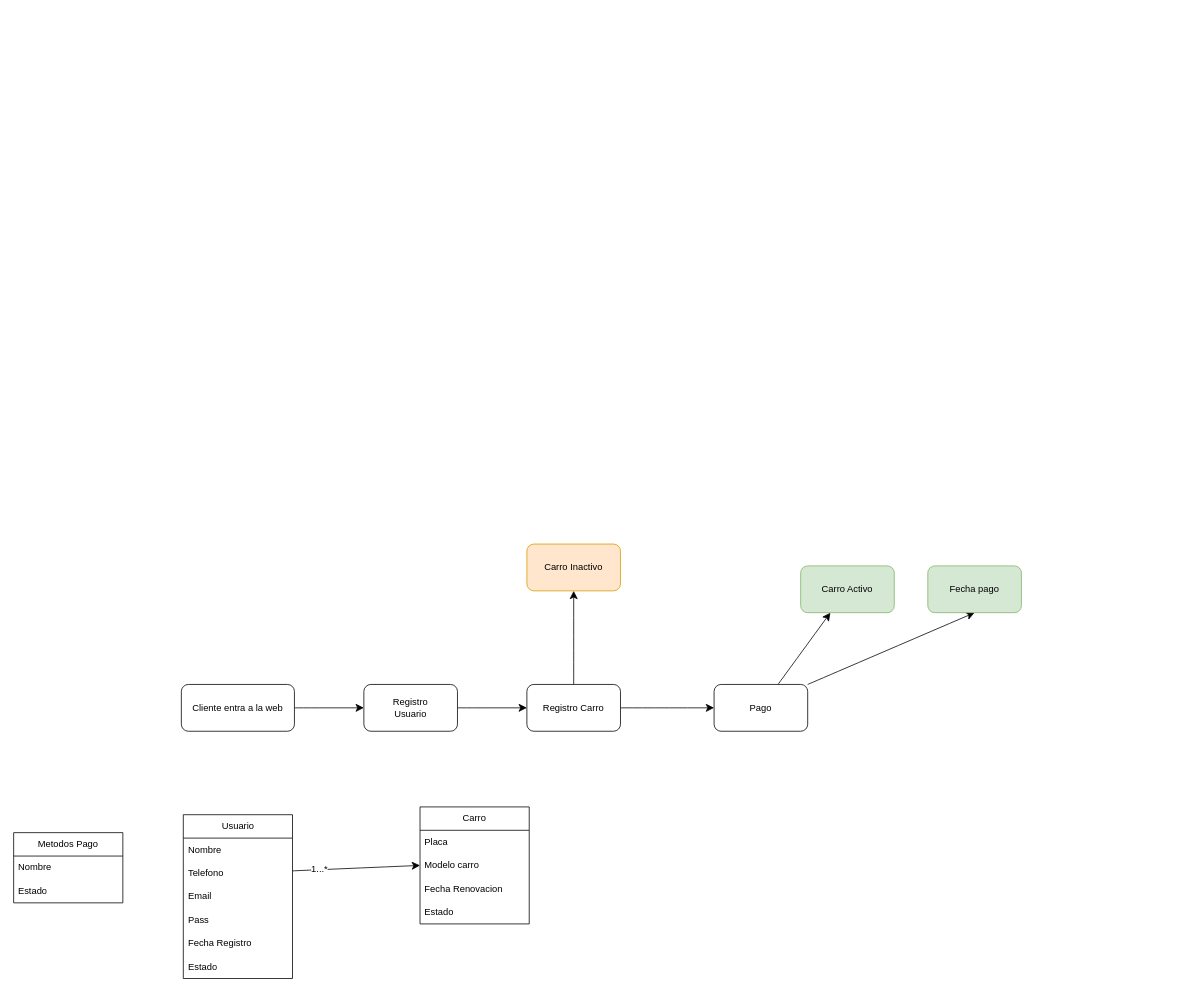
Above: carrOpen.drawio in luigy23/Diagramas-drawio (draw.io), before the change. Source tidied: cells renumbered, new cells numbered last; positions are measured from the earlier drawing's top-left corner, leaving out a move shared by most shapes. Both pictures are drawn from the tidied source at 78%, with x=0, y=0 at pixel (13, 544).
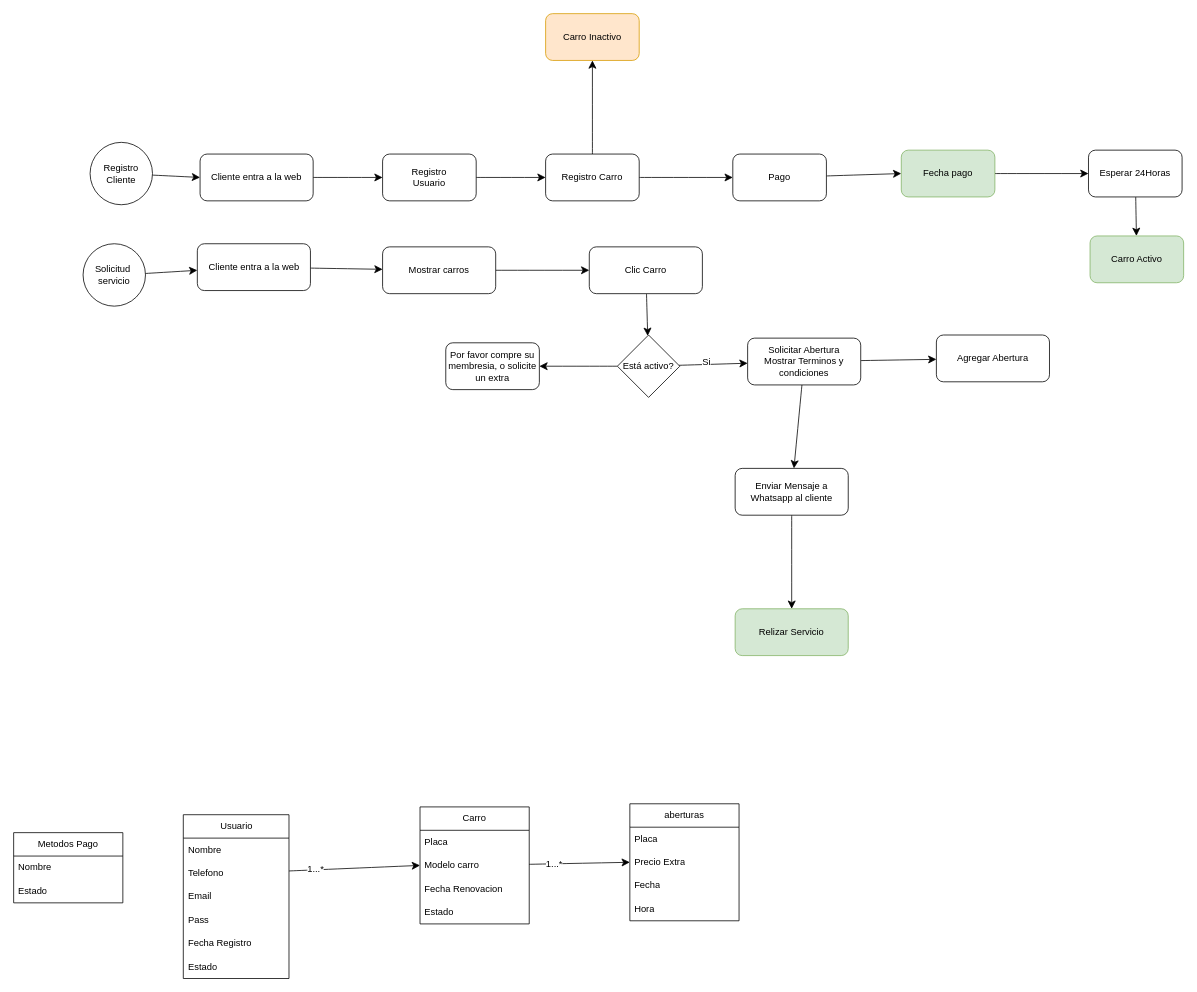
The same diagram, later.

Unchanged cells that the change refers to:
```xml
<mxCell id="8" value="Modelo carro" style="text;strokeColor=none;fillColor=none;align=left;verticalAlign=middle;spacingLeft=4;spacingRight=4;overflow=hidden;points=[[0,0.5],[1,0.5]];portConstraint=eastwest;whiteSpace=wrap;html=1;" parent="6" vertex="1">
  <mxGeometry y="60" width="140" height="30" as="geometry" />
</mxCell>
```

What changed in the source:
```diff
@@
     <mxCell id="3" value="Cliente entra a la web" style="rounded=1;whiteSpace=wrap;html=1;" parent="1" vertex="1">
-      <mxGeometry x="215" y="180" width="145" height="60" as="geometry" />
+      <mxGeometry x="239" y="-500" width="145" height="60" as="geometry" />
     </mxCell>
@@
     <mxCell id="5" value="Registro&lt;br&gt;Usuario" style="whiteSpace=wrap;html=1;rounded=1;" parent="1" vertex="1">
-      <mxGeometry x="449" y="180" width="120" height="60" as="geometry" />
+      <mxGeometry x="473" y="-500" width="120" height="60" as="geometry" />
     </mxCell>
@@
     <mxCell id="11" value="Usuario" style="swimlane;fontStyle=0;horizontal=1;startSize=30;whiteSpace=wrap;html=1;" parent="1" vertex="1">
-      <mxGeometry x="217.5" y="347" width="140" height="210" as="geometry" />
+      <mxGeometry x="217.5" y="347" width="135.5" height="210" as="geometry" />
     </mxCell>
     <mxCell id="12" value="Nombre" style="text;strokeColor=none;fillColor=none;align=left;verticalAlign=middle;spacingLeft=4;spacingRight=4;overflow=hidden;whiteSpace=wrap;html=1;" parent="11" vertex="1">
-      <mxGeometry y="30" width="140" height="30" as="geometry" />
+      <mxGeometry y="30" width="135.5" height="30" as="geometry" />
     </mxCell>
     <mxCell id="13" value="Telefono" style="text;strokeColor=none;fillColor=none;align=left;verticalAlign=middle;spacingLeft=4;spacingRight=4;overflow=hidden;points=[[0,0.5],[1,0.5]];portConstraint=eastwest;whiteSpace=wrap;html=1;" parent="11" vertex="1">
-      <mxGeometry y="60" width="140" height="30" as="geometry" />
+      <mxGeometry y="60" width="135.5" height="30" as="geometry" />
     </mxCell>
     <mxCell id="14" value="Email" style="text;strokeColor=none;fillColor=none;align=left;verticalAlign=middle;spacingLeft=4;spacingRight=4;overflow=hidden;whiteSpace=wrap;html=1;" parent="11" vertex="1">
-      <mxGeometry y="90" width="140" height="30" as="geometry" />
+      <mxGeometry y="90" width="135.5" height="30" as="geometry" />
     </mxCell>
     <mxCell id="15" value="Pass" style="text;strokeColor=none;fillColor=none;align=left;verticalAlign=middle;spacingLeft=4;spacingRight=4;overflow=hidden;whiteSpace=wrap;html=1;" parent="11" vertex="1">
-      <mxGeometry y="120" width="140" height="30" as="geometry" />
+      <mxGeometry y="120" width="135.5" height="30" as="geometry" />
     </mxCell>
     <mxCell id="16" value="Fecha Registro" style="text;strokeColor=none;fillColor=none;align=left;verticalAlign=middle;spacingLeft=4;spacingRight=4;overflow=hidden;whiteSpace=wrap;html=1;" parent="11" vertex="1">
-      <mxGeometry y="150" width="140" height="30" as="geometry" />
+      <mxGeometry y="150" width="135.5" height="30" as="geometry" />
     </mxCell>
     <mxCell id="17" value="Estado" style="text;strokeColor=none;fillColor=none;align=left;verticalAlign=middle;spacingLeft=4;spacingRight=4;overflow=hidden;whiteSpace=wrap;html=1;" parent="11" vertex="1">
-      <mxGeometry y="180" width="140" height="30" as="geometry" />
+      <mxGeometry y="180" width="135.5" height="30" as="geometry" />
     </mxCell>
@@
     <mxCell id="22" value="Registro Carro" style="whiteSpace=wrap;html=1;rounded=1;" parent="1" vertex="1">
-      <mxGeometry x="658" y="180" width="120" height="60" as="geometry" />
+      <mxGeometry x="682" y="-500" width="120" height="60" as="geometry" />
     </mxCell>
-    <mxCell id="23" style="edgeStyle=none;curved=1;rounded=0;jettySize=auto;html=1;fontSize=12;startSize=8;endSize=8;" parent="1" edge="1" source="25" target="30">
-      <mxGeometry relative="1" as="geometry" />
-    </mxCell>
-    <mxCell id="24" style="edgeStyle=none;curved=1;rounded=0;jettySize=auto;html=1;exitX=1;exitY=0;exitDx=0;exitDy=0;entryX=0.5;entryY=1;entryDx=0;entryDy=0;fontSize=12;startSize=8;endSize=8;" parent="1" edge="1" source="25" target="31">
+    <mxCell id="24" style="edgeStyle=none;curved=1;rounded=0;jettySize=auto;html=1;entryX=0;entryY=0.5;entryDx=0;entryDy=0;fontSize=12;startSize=8;endSize=8;" parent="1" edge="1" source="25" target="31">
       <mxGeometry relative="1" as="geometry" />
     </mxCell>
     <mxCell id="25" value="Pago" style="whiteSpace=wrap;html=1;rounded=1;" parent="1" vertex="1">
-      <mxGeometry x="898" y="180" width="120" height="60" as="geometry" />
+      <mxGeometry x="922" y="-500" width="120" height="60" as="geometry" />
     </mxCell>
     <mxCell id="26" value="Carro Inactivo" style="whiteSpace=wrap;html=1;rounded=1;fillColor=#ffe6cc;strokeColor=#d79b00;" parent="1" vertex="1">
-      <mxGeometry x="658" width="120" height="60" as="geometry" />
+      <mxGeometry x="682" y="-680" width="120" height="60" as="geometry" />
     </mxCell>
@@
     <mxCell id="30" value="Carro Activo" style="whiteSpace=wrap;html=1;rounded=1;fillColor=#d5e8d4;strokeColor=#82b366;" parent="1" vertex="1">
-      <mxGeometry x="1009" y="28" width="120" height="60" as="geometry" />
+      <mxGeometry x="1380" y="-395" width="120" height="60" as="geometry" />
     </mxCell>
+    <mxCell id="32" style="edgeStyle=none;curved=1;rounded=0;jettySize=auto;html=1;fontSize=12;startSize=8;endSize=8;" parent="1" edge="1" source="31" target="42">
+      <mxGeometry relative="1" as="geometry" />
+    </mxCell>
     <mxCell id="31" value="Fecha pago" style="whiteSpace=wrap;html=1;rounded=1;fillColor=#d5e8d4;strokeColor=#82b366;" parent="1" vertex="1">
-      <mxGeometry x="1172" y="28" width="120" height="60" as="geometry" />
+      <mxGeometry x="1138" y="-505" width="120" height="60" as="geometry" />
     </mxCell>
+    <mxCell id="33" style="edgeStyle=none;curved=1;rounded=0;jettySize=auto;html=1;entryX=0;entryY=0.5;entryDx=0;entryDy=0;fontSize=12;startSize=8;endSize=8;" parent="1" edge="1" source="34" target="3">
+      <mxGeometry relative="1" as="geometry" />
+    </mxCell>
+    <mxCell id="34" value="Registro&lt;div&gt;Cliente&lt;/div&gt;" style="ellipse;whiteSpace=wrap;html=1;" parent="1" vertex="1">
+      <mxGeometry x="98" y="-515" width="80" height="80" as="geometry" />
+    </mxCell>
+    <mxCell id="35" style="edgeStyle=none;curved=1;rounded=0;jettySize=auto;html=1;fontSize=12;startSize=8;endSize=8;" parent="1" edge="1" source="36" target="38">
+      <mxGeometry relative="1" as="geometry" />
+    </mxCell>
+    <mxCell id="36" value="Solicitud&amp;nbsp;&lt;div&gt;servicio&lt;/div&gt;" style="ellipse;whiteSpace=wrap;html=1;" parent="1" vertex="1">
+      <mxGeometry x="89" y="-385" width="80" height="80" as="geometry" />
+    </mxCell>
+    <mxCell id="37" style="edgeStyle=none;curved=1;rounded=0;jettySize=auto;html=1;fontSize=12;startSize=8;endSize=8;" parent="1" edge="1" source="38" target="40">
+      <mxGeometry relative="1" as="geometry" />
+    </mxCell>
+    <mxCell id="38" value="Cliente entra a la web" style="rounded=1;whiteSpace=wrap;html=1;" parent="1" vertex="1">
+      <mxGeometry x="235.5" y="-385" width="145" height="60" as="geometry" />
+    </mxCell>
+    <mxCell id="39" style="edgeStyle=none;curved=1;rounded=0;jettySize=auto;html=1;fontSize=12;startSize=8;endSize=8;" parent="1" edge="1" source="40" target="44">
+      <mxGeometry relative="1" as="geometry" />
+    </mxCell>
+    <mxCell id="40" value="Mostrar carros" style="rounded=1;whiteSpace=wrap;html=1;" parent="1" vertex="1">
+      <mxGeometry x="473" y="-381" width="145" height="60" as="geometry" />
+    </mxCell>
+    <mxCell id="41" style="edgeStyle=none;curved=1;rounded=0;jettySize=auto;html=1;fontSize=12;startSize=8;endSize=8;" parent="1" edge="1" source="42" target="30">
+      <mxGeometry relative="1" as="geometry" />
+    </mxCell>
+    <mxCell id="42" value="Esperar 24Horas" style="whiteSpace=wrap;html=1;rounded=1;" parent="1" vertex="1">
+      <mxGeometry x="1378" y="-505" width="120" height="60" as="geometry" />
+    </mxCell>
+    <mxCell id="43" style="edgeStyle=none;curved=1;rounded=0;jettySize=auto;html=1;fontSize=12;startSize=8;endSize=8;" parent="1" edge="1" source="44" target="62">
+      <mxGeometry relative="1" as="geometry" />
+    </mxCell>
+    <mxCell id="44" value="Clic Carro" style="rounded=1;whiteSpace=wrap;html=1;" parent="1" vertex="1">
+      <mxGeometry x="738" y="-381" width="145" height="60" as="geometry" />
+    </mxCell>
+    <mxCell id="45" style="edgeStyle=none;curved=1;rounded=0;jettySize=auto;html=1;fontSize=12;startSize=8;endSize=8;" parent="1" edge="1" source="47" target="49">
+      <mxGeometry relative="1" as="geometry" />
+    </mxCell>
+    <mxCell id="46" style="edgeStyle=none;curved=1;rounded=0;jettySize=auto;html=1;fontSize=12;startSize=8;endSize=8;" parent="1" edge="1" source="47" target="50">
+      <mxGeometry relative="1" as="geometry" />
+    </mxCell>
+    <mxCell id="47" value="Solicitar Abertura&lt;br&gt;Mostrar Terminos y condiciones" style="rounded=1;whiteSpace=wrap;html=1;" parent="1" vertex="1">
+      <mxGeometry x="941" y="-264" width="145" height="60" as="geometry" />
+    </mxCell>
+    <mxCell id="48" style="edgeStyle=none;curved=1;rounded=0;jettySize=auto;html=1;fontSize=12;startSize=8;endSize=8;" parent="1" edge="1" source="49" target="58">
+      <mxGeometry relative="1" as="geometry" />
+    </mxCell>
+    <mxCell id="49" value="Enviar Mensaje a Whatsapp al cliente" style="rounded=1;whiteSpace=wrap;html=1;" parent="1" vertex="1">
+      <mxGeometry x="925" y="-97" width="145" height="60" as="geometry" />
+    </mxCell>
+    <mxCell id="50" value="Agregar Abertura" style="rounded=1;whiteSpace=wrap;html=1;" parent="1" vertex="1">
+      <mxGeometry x="1183" y="-268" width="145" height="60" as="geometry" />
+    </mxCell>
+    <mxCell id="51" value="aberturas" style="swimlane;fontStyle=0;horizontal=1;startSize=30;whiteSpace=wrap;html=1;" parent="1" vertex="1">
+      <mxGeometry x="790" y="333" width="140" height="150" as="geometry" />
+    </mxCell>
+    <mxCell id="52" value="Placa" style="text;strokeColor=none;fillColor=none;align=left;verticalAlign=middle;spacingLeft=4;spacingRight=4;overflow=hidden;whiteSpace=wrap;html=1;" parent="51" vertex="1">
+      <mxGeometry y="30" width="140" height="30" as="geometry" />
+    </mxCell>
+    <mxCell id="53" value="Precio Extra" style="text;strokeColor=none;fillColor=none;align=left;verticalAlign=middle;spacingLeft=4;spacingRight=4;overflow=hidden;points=[[0,0.5],[1,0.5]];portConstraint=eastwest;whiteSpace=wrap;html=1;" parent="51" vertex="1">
+      <mxGeometry y="60" width="140" height="30" as="geometry" />
+    </mxCell>
+    <mxCell id="54" value="Fecha" style="text;strokeColor=none;fillColor=none;align=left;verticalAlign=middle;spacingLeft=4;spacingRight=4;overflow=hidden;whiteSpace=wrap;html=1;" parent="51" vertex="1">
+      <mxGeometry y="90" width="140" height="30" as="geometry" />
+    </mxCell>
+    <mxCell id="55" value="Hora" style="text;strokeColor=none;fillColor=none;align=left;verticalAlign=middle;spacingLeft=4;spacingRight=4;overflow=hidden;whiteSpace=wrap;html=1;" parent="51" vertex="1">
+      <mxGeometry y="120" width="140" height="30" as="geometry" />
+    </mxCell>
+    <mxCell id="56" style="edgeStyle=none;curved=1;rounded=0;jettySize=auto;html=1;entryX=0;entryY=0.5;entryDx=0;entryDy=0;fontSize=12;startSize=8;endSize=8;" parent="1" edge="1" source="8" target="53">
+      <mxGeometry relative="1" as="geometry" />
+    </mxCell>
+    <mxCell id="57" value="1...*" style="edgeLabel;html=1;align=center;verticalAlign=middle;fontSize=12;" parent="56" vertex="1">
+      <mxGeometry x="-0.51" relative="1" as="geometry" />
+    </mxCell>
+    <mxCell id="58" value="Relizar Servicio" style="rounded=1;whiteSpace=wrap;html=1;fillColor=#d5e8d4;strokeColor=#82b366;" parent="1" vertex="1">
+      <mxGeometry x="925" y="83" width="145" height="60" as="geometry" />
+    </mxCell>
+    <mxCell id="59" style="edgeStyle=none;curved=1;rounded=0;jettySize=auto;html=1;fontSize=12;startSize=8;endSize=8;" parent="1" edge="1" source="62" target="47">
+      <mxGeometry relative="1" as="geometry" />
+    </mxCell>
+    <mxCell id="60" value="Si" style="edgeLabel;html=1;align=center;verticalAlign=middle;fontSize=12;" parent="59" vertex="1">
+      <mxGeometry x="-0.21" y="3" relative="1" as="geometry" />
+    </mxCell>
+    <mxCell id="61" style="edgeStyle=none;curved=1;rounded=0;jettySize=auto;html=1;fontSize=12;startSize=8;endSize=8;" parent="1" edge="1" source="62" target="63">
+      <mxGeometry relative="1" as="geometry" />
+    </mxCell>
+    <mxCell id="62" value="Está activo?" style="rhombus;whiteSpace=wrap;html=1;" parent="1" vertex="1">
+      <mxGeometry x="774" y="-268" width="80" height="80" as="geometry" />
+    </mxCell>
+    <mxCell id="63" value="Por favor compre su membresia, o solicite un extra" style="rounded=1;whiteSpace=wrap;html=1;" parent="1" vertex="1">
+      <mxGeometry x="554" y="-258" width="120" height="60" as="geometry" />
+    </mxCell>
```
